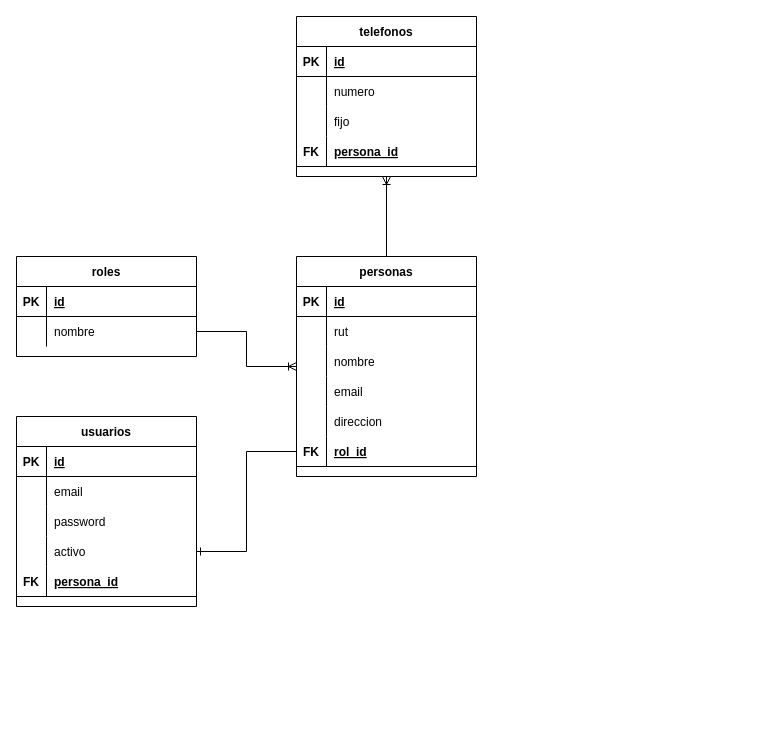
Before: Modelo Fisico pro202-3604.drawio in segundogaldames/pro202-3604, a draw.io diagram. Source tidied: cells renumbered, new cells numbered last; positions are measured from the earlier drawing's top-left corner, leaving out a move shared by most shapes. Both pictures are drawn from the tidied source at 100%, with x=0, y=0 at pixel (16, 16).
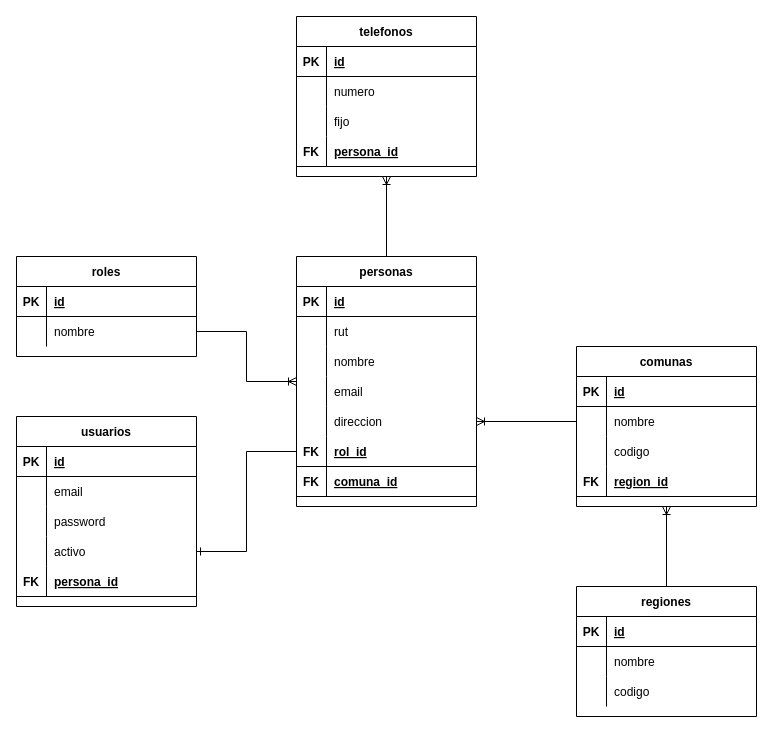
After the change.

The change refers to these unchanged cells:
```xml
<mxCell id="39" style="shape=partialRectangle;fillColor=none;top=0;left=0;bottom=0;right=0;points=[[0,0.5],[1,0.5]];portConstraint=eastwest;" parent="26" vertex="1">
  <mxGeometry y="150" width="180" height="30" as="geometry" />
</mxCell>
```

Diff of the diagram source:
```diff
@@
     <mxCell id="26" value="personas" style="shape=table;startSize=30;childLayout=tableLayout;rowLines=0;fontStyle=1;align=center;" parent="1" vertex="1">
-      <mxGeometry x="280" y="240" width="180" height="220" as="geometry" />
+      <mxGeometry x="280" y="240" width="180" height="250" as="geometry" />
     </mxCell>
@@
+    <mxCell id="60" style="shape=partialRectangle;fillColor=none;top=0;left=0;bottom=1;right=0;" parent="26" vertex="1">
+      <mxGeometry y="210" width="180" height="30" as="geometry" />
+    </mxCell>
+    <mxCell id="61" value="FK" style="shape=partialRectangle;fillColor=none;top=0;left=0;bottom=0;right=0;fontStyle=1;overflow=hidden;" parent="60" vertex="1">
+      <mxGeometry width="30" height="30" as="geometry" />
+    </mxCell>
+    <mxCell id="62" value="comuna_id" style="shape=partialRectangle;fillColor=none;top=0;left=0;bottom=0;right=0;align=left;spacingLeft=6;fontStyle=5;overflow=hidden;" parent="60" vertex="1">
+      <mxGeometry x="30" width="150" height="30" as="geometry" />
+    </mxCell>
@@
+    <mxCell id="63" style="edgeStyle=orthogonalEdgeStyle;rounded=0;jettySize=auto;html=1;entryX=0.5;entryY=1;entryDx=0;entryDy=0;endArrow=ERoneToMany;endFill=0;" parent="1" edge="1" source="64" target="74">
+      <mxGeometry relative="1" as="geometry" />
+    </mxCell>
+    <mxCell id="64" value="regiones" style="shape=table;startSize=30;childLayout=tableLayout;rowLines=0;fontStyle=1;align=center;" parent="1" vertex="1">
+      <mxGeometry x="560" y="570" width="180" height="130" as="geometry" />
+    </mxCell>
+    <mxCell id="65" style="shape=partialRectangle;fillColor=none;top=0;left=0;bottom=1;right=0;" parent="64" vertex="1">
+      <mxGeometry y="30" width="180" height="30" as="geometry" />
+    </mxCell>
+    <mxCell id="66" value="PK" style="shape=partialRectangle;fillColor=none;top=0;left=0;bottom=0;right=0;fontStyle=1;overflow=hidden;" parent="65" vertex="1">
+      <mxGeometry width="30" height="30" as="geometry" />
+    </mxCell>
+    <mxCell id="67" value="id" style="shape=partialRectangle;fillColor=none;top=0;left=0;bottom=0;right=0;align=left;spacingLeft=6;fontStyle=5;overflow=hidden;" parent="65" vertex="1">
+      <mxGeometry x="30" width="150" height="30" as="geometry" />
+    </mxCell>
+    <mxCell id="68" style="shape=partialRectangle;fillColor=none;top=0;left=0;bottom=0;right=0;" parent="64" vertex="1">
+      <mxGeometry y="60" width="180" height="30" as="geometry" />
+    </mxCell>
+    <mxCell id="69" style="shape=partialRectangle;fillColor=none;top=0;left=0;bottom=0;right=0;overflow=hidden;" parent="68" vertex="1">
+      <mxGeometry width="30" height="30" as="geometry" />
+    </mxCell>
+    <mxCell id="70" value="nombre" style="shape=partialRectangle;fillColor=none;top=0;left=0;bottom=0;right=0;align=left;spacingLeft=6;overflow=hidden;" parent="68" vertex="1">
+      <mxGeometry x="30" width="150" height="30" as="geometry" />
+    </mxCell>
+    <mxCell id="71" style="shape=partialRectangle;fillColor=none;top=0;left=0;bottom=0;right=0;" parent="64" vertex="1">
+      <mxGeometry y="90" width="180" height="30" as="geometry" />
+    </mxCell>
+    <mxCell id="72" style="shape=partialRectangle;fillColor=none;top=0;left=0;bottom=0;right=0;overflow=hidden;" parent="71" vertex="1">
+      <mxGeometry width="30" height="30" as="geometry" />
+    </mxCell>
+    <mxCell id="73" value="codigo" style="shape=partialRectangle;fillColor=none;top=0;left=0;bottom=0;right=0;align=left;spacingLeft=6;overflow=hidden;" parent="71" vertex="1">
+      <mxGeometry x="30" width="150" height="30" as="geometry" />
+    </mxCell>
+    <mxCell id="74" value="comunas" style="shape=table;startSize=30;childLayout=tableLayout;rowLines=0;fontStyle=1;align=center;" parent="1" vertex="1">
+      <mxGeometry x="560" y="330" width="180" height="160" as="geometry" />
+    </mxCell>
+    <mxCell id="75" style="shape=partialRectangle;fillColor=none;top=0;left=0;bottom=1;right=0;" parent="74" vertex="1">
+      <mxGeometry y="30" width="180" height="30" as="geometry" />
+    </mxCell>
+    <mxCell id="76" value="PK" style="shape=partialRectangle;fillColor=none;top=0;left=0;bottom=0;right=0;fontStyle=1;overflow=hidden;" parent="75" vertex="1">
+      <mxGeometry width="30" height="30" as="geometry" />
+    </mxCell>
+    <mxCell id="77" value="id" style="shape=partialRectangle;fillColor=none;top=0;left=0;bottom=0;right=0;align=left;spacingLeft=6;fontStyle=5;overflow=hidden;" parent="75" vertex="1">
+      <mxGeometry x="30" width="150" height="30" as="geometry" />
+    </mxCell>
+    <mxCell id="78" style="shape=partialRectangle;fillColor=none;top=0;left=0;bottom=0;right=0;points=[[0,0.5],[1,0.5]];portConstraint=eastwest;" parent="74" vertex="1">
+      <mxGeometry y="60" width="180" height="30" as="geometry" />
+    </mxCell>
+    <mxCell id="79" style="shape=partialRectangle;fillColor=none;top=0;left=0;bottom=0;right=0;overflow=hidden;" parent="78" vertex="1">
+      <mxGeometry width="30" height="30" as="geometry" />
+    </mxCell>
+    <mxCell id="80" value="nombre" style="shape=partialRectangle;fillColor=none;top=0;left=0;bottom=0;right=0;align=left;spacingLeft=6;overflow=hidden;" parent="78" vertex="1">
+      <mxGeometry x="30" width="150" height="30" as="geometry" />
+    </mxCell>
+    <mxCell id="81" style="shape=partialRectangle;fillColor=none;top=0;left=0;bottom=0;right=0;" parent="74" vertex="1">
+      <mxGeometry y="90" width="180" height="30" as="geometry" />
+    </mxCell>
+    <mxCell id="82" style="shape=partialRectangle;fillColor=none;top=0;left=0;bottom=0;right=0;overflow=hidden;" parent="81" vertex="1">
+      <mxGeometry width="30" height="30" as="geometry" />
+    </mxCell>
+    <mxCell id="83" value="codigo" style="shape=partialRectangle;fillColor=none;top=0;left=0;bottom=0;right=0;align=left;spacingLeft=6;overflow=hidden;" parent="81" vertex="1">
+      <mxGeometry x="30" width="150" height="30" as="geometry" />
+    </mxCell>
+    <mxCell id="84" style="shape=partialRectangle;fillColor=none;top=0;left=0;bottom=1;right=0;" parent="74" vertex="1">
+      <mxGeometry y="120" width="180" height="30" as="geometry" />
+    </mxCell>
+    <mxCell id="85" value="FK" style="shape=partialRectangle;fillColor=none;top=0;left=0;bottom=0;right=0;fontStyle=1;overflow=hidden;" parent="84" vertex="1">
+      <mxGeometry width="30" height="30" as="geometry" />
+    </mxCell>
+    <mxCell id="86" value="region_id" style="shape=partialRectangle;fillColor=none;top=0;left=0;bottom=0;right=0;align=left;spacingLeft=6;fontStyle=5;overflow=hidden;" parent="84" vertex="1">
+      <mxGeometry x="30" width="150" height="30" as="geometry" />
+    </mxCell>
+    <mxCell id="87" style="edgeStyle=orthogonalEdgeStyle;rounded=0;jettySize=auto;html=1;entryX=1;entryY=0.5;entryDx=0;entryDy=0;endArrow=ERoneToMany;endFill=0;" parent="1" edge="1" source="78" target="39">
+      <mxGeometry relative="1" as="geometry" />
+    </mxCell>
```
